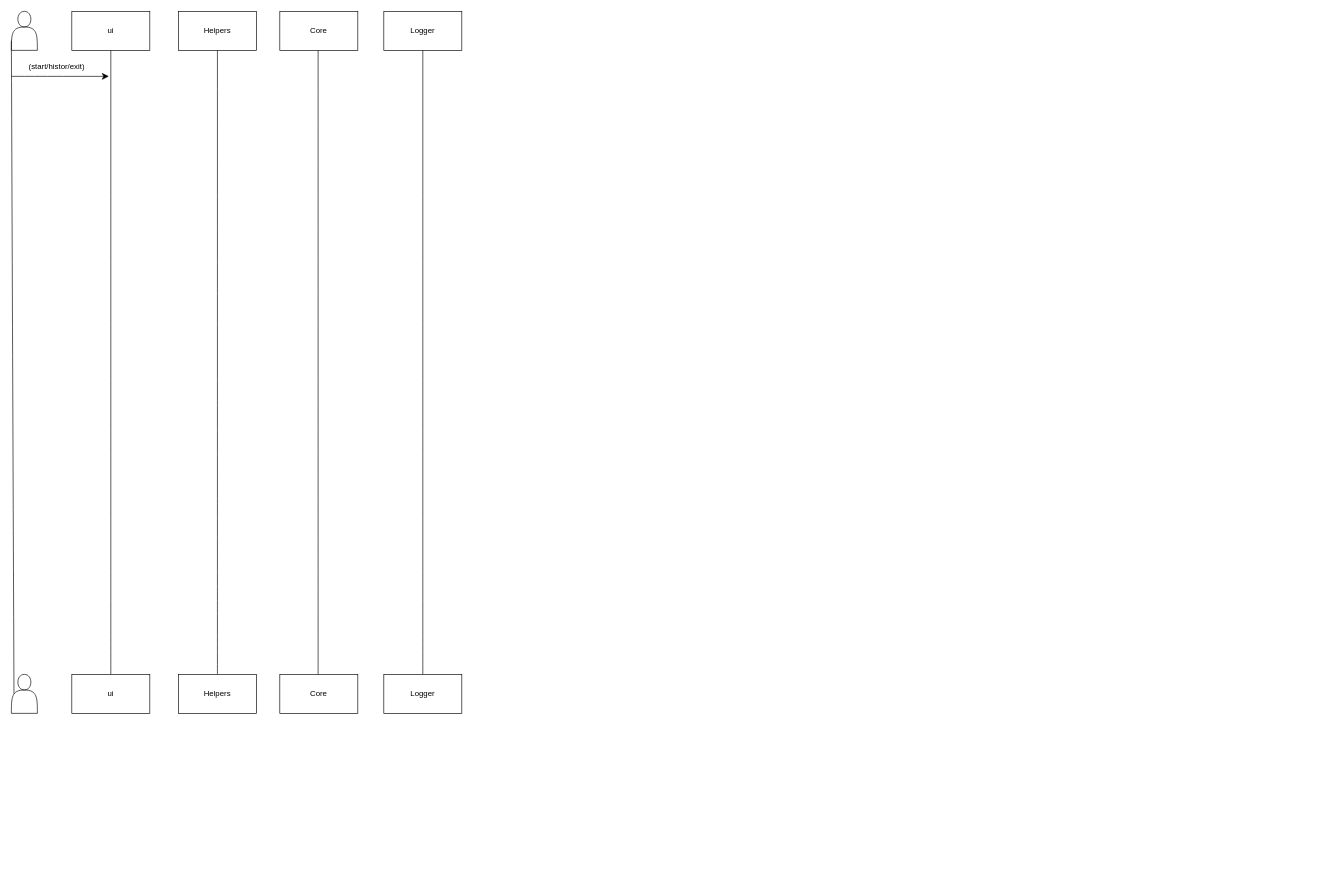
Earlier version of the draw.io diagram page "Page-1" (1 of 2) of Documentation/draw.io sequence/sequence.drawio (salimshre/Encryptor). Source tidied: cells renumbered, new cells numbered last; positions are measured from the earlier drawing's top-left corner, leaving out a move shared by most shapes. Both pictures are drawn from the tidied source at 65%, with x=0, y=0 at pixel (11, 11).
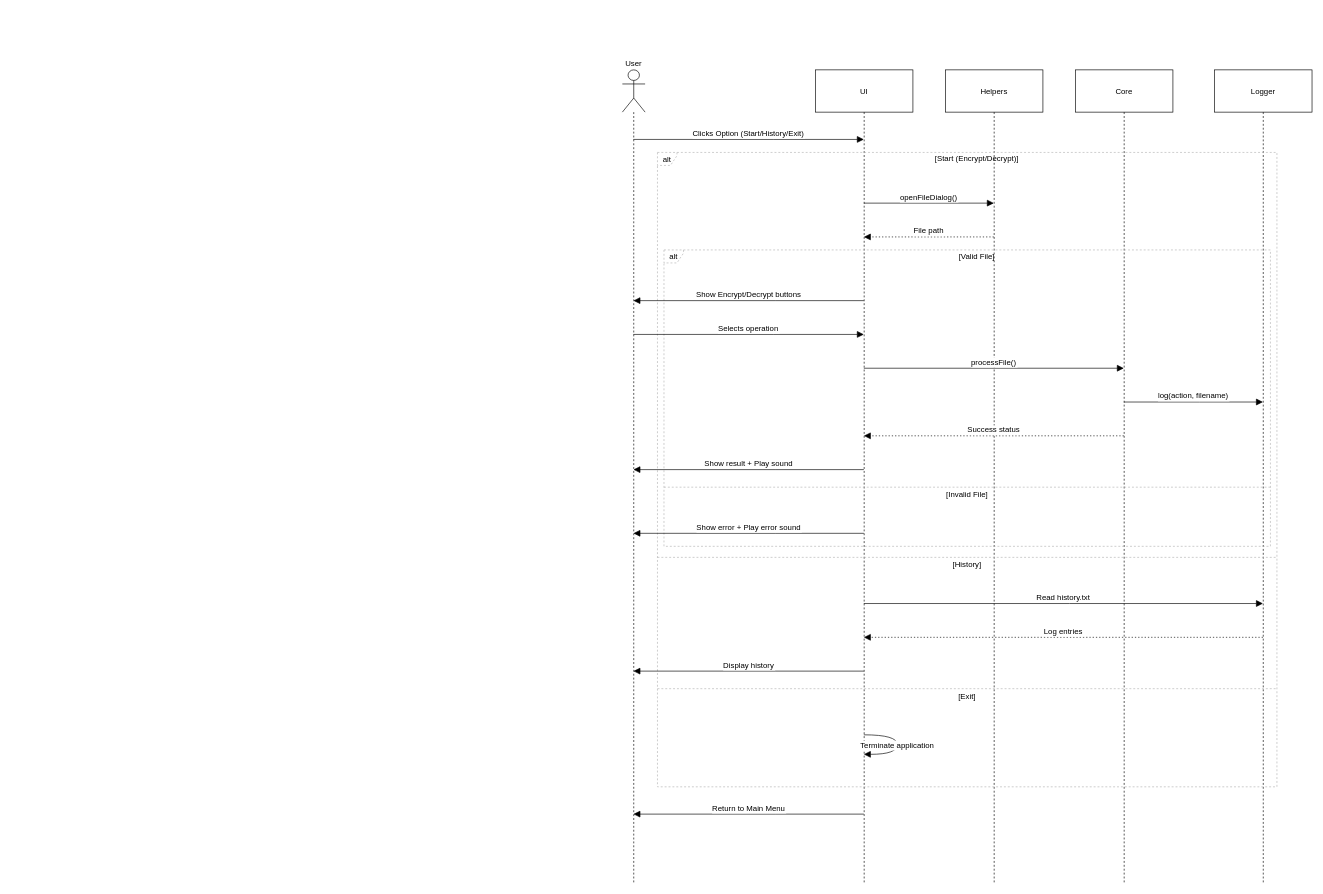
The same diagram, later.

Diff of the diagram source:
```diff
@@
-    <mxCell id="2" style="shape=actor;whiteSpace=wrap;html=1;" parent="1" vertex="1">
-      <mxGeometry width="40" height="60" as="geometry" />
-    </mxCell>
-    <mxCell id="3" value="ui" style="rounded=0;whiteSpace=wrap;html=1;" parent="1" vertex="1">
-      <mxGeometry x="93" width="120" height="60" as="geometry" />
-    </mxCell>
-    <mxCell id="4" value="Helpers" style="rounded=0;whiteSpace=wrap;html=1;" parent="1" vertex="1">
-      <mxGeometry x="257" width="120" height="60" as="geometry" />
-    </mxCell>
-    <mxCell id="5" value="Core" style="rounded=0;whiteSpace=wrap;html=1;" parent="1" vertex="1">
-      <mxGeometry x="413" width="120" height="60" as="geometry" />
-    </mxCell>
-    <mxCell id="6" value="Logger" style="rounded=0;whiteSpace=wrap;html=1;" parent="1" vertex="1">
-      <mxGeometry x="573" width="120" height="60" as="geometry" />
-    </mxCell>
-    <mxCell id="7" style="shape=actor;whiteSpace=wrap;html=1;" parent="1" vertex="1">
-      <mxGeometry y="1020" width="40" height="60" as="geometry" />
-    </mxCell>
-    <mxCell id="8" value="ui" style="rounded=0;whiteSpace=wrap;html=1;" parent="1" vertex="1">
-      <mxGeometry x="93" y="1020" width="120" height="60" as="geometry" />
-    </mxCell>
-    <mxCell id="9" value="Helpers" style="rounded=0;whiteSpace=wrap;html=1;" parent="1" vertex="1">
-      <mxGeometry x="257" y="1020" width="120" height="60" as="geometry" />
-    </mxCell>
-    <mxCell id="10" value="Core" style="rounded=0;whiteSpace=wrap;html=1;" parent="1" vertex="1">
-      <mxGeometry x="413" y="1020" width="120" height="60" as="geometry" />
-    </mxCell>
-    <mxCell id="11" value="Logger" style="rounded=0;whiteSpace=wrap;html=1;" parent="1" vertex="1">
-      <mxGeometry x="573" y="1020" width="120" height="60" as="geometry" />
-    </mxCell>
-    <mxCell id="12" style="endArrow=none;html=1;rounded=0;fontSize=12;startSize=8;endSize=8;curved=1;entryX=0.5;entryY=1;entryDx=0;entryDy=0;" parent="1" edge="1" source="8" target="3">
-      <mxGeometry relative="1" as="geometry" />
-    </mxCell>
-    <mxCell id="13" style="endArrow=none;html=1;rounded=0;fontSize=12;startSize=8;endSize=8;curved=1;" parent="1" edge="1" source="9" target="4">
-      <mxGeometry relative="1" as="geometry" />
-    </mxCell>
-    <mxCell id="14" style="endArrow=none;html=1;rounded=0;fontSize=12;startSize=8;endSize=8;curved=1;entryX=0.5;entryY=1;entryDx=0;entryDy=0;" parent="1" edge="1">
-      <mxGeometry relative="1" as="geometry">
-        <mxPoint x="471.9" y="1020" as="sourcePoint" />
-        <mxPoint x="471.9" y="60" as="targetPoint" />
-      </mxGeometry>
-    </mxCell>
-    <mxCell id="15" style="endArrow=none;html=1;rounded=0;fontSize=12;startSize=8;endSize=8;curved=1;" parent="1" edge="1" source="11" target="6">
-      <mxGeometry relative="1" as="geometry" />
-    </mxCell>
-    <mxCell id="16" style="endArrow=none;html=1;rounded=0;fontSize=12;startSize=8;endSize=8;curved=1;entryX=0;entryY=0.75;entryDx=0;entryDy=0;exitX=0.1;exitY=0.5;exitDx=0;exitDy=0;exitPerimeter=0;" parent="1" edge="1" source="7" target="2">
-      <mxGeometry relative="1" as="geometry" />
-    </mxCell>
-    <mxCell id="17" style="endArrow=classic;html=1;rounded=0;fontSize=12;startSize=8;endSize=8;curved=1;" parent="1" edge="1">
-      <mxGeometry relative="1" as="geometry">
-        <mxPoint y="100" as="sourcePoint" />
-        <mxPoint x="150" y="100" as="targetPoint" />
-      </mxGeometry>
-    </mxCell>
-    <mxCell id="18" value="(start/histor/exit)" style="text;html=1;align=center;verticalAlign=middle;whiteSpace=wrap;rounded=0;" parent="1" vertex="1">
-      <mxGeometry x="40" y="70" width="60" height="30" as="geometry" />
-    </mxCell>
+    <mxCell id="19" value="User" style="shape=umlLifeline;perimeter=lifelinePerimeter;whiteSpace=wrap;outlineConnect=0;portConstraint=eastwest;newEdgeStyle={&quot;edgeStyle&quot;:&quot;elbowEdgeStyle&quot;,&quot;elbow&quot;:&quot;vertical&quot;,&quot;curved&quot;:0,&quot;rounded&quot;:0};participant=umlActor;verticalAlign=bottom;labelPosition=center;verticalLabelPosition=top;align=center;size=65;" parent="1" vertex="1">
+      <mxGeometry x="940" y="90" width="35" height="1250" as="geometry" />
+    </mxCell>
+    <mxCell id="20" value="UI" style="shape=umlLifeline;perimeter=lifelinePerimeter;whiteSpace=wrap;outlineConnect=0;portConstraint=eastwest;newEdgeStyle={&quot;edgeStyle&quot;:&quot;elbowEdgeStyle&quot;,&quot;elbow&quot;:&quot;vertical&quot;,&quot;curved&quot;:0,&quot;rounded&quot;:0};size=65;" parent="1" vertex="1">
+      <mxGeometry x="1237" y="90" width="150" height="1250" as="geometry" />
+    </mxCell>
+    <mxCell id="21" value="Helpers" style="shape=umlLifeline;perimeter=lifelinePerimeter;whiteSpace=wrap;outlineConnect=0;portConstraint=eastwest;newEdgeStyle={&quot;edgeStyle&quot;:&quot;elbowEdgeStyle&quot;,&quot;elbow&quot;:&quot;vertical&quot;,&quot;curved&quot;:0,&quot;rounded&quot;:0};size=65;" parent="1" vertex="1">
+      <mxGeometry x="1437" y="90" width="150" height="1250" as="geometry" />
+    </mxCell>
+    <mxCell id="22" value="Core" style="shape=umlLifeline;perimeter=lifelinePerimeter;whiteSpace=wrap;outlineConnect=0;portConstraint=eastwest;newEdgeStyle={&quot;edgeStyle&quot;:&quot;elbowEdgeStyle&quot;,&quot;elbow&quot;:&quot;vertical&quot;,&quot;curved&quot;:0,&quot;rounded&quot;:0};size=65;" parent="1" vertex="1">
+      <mxGeometry x="1637" y="90" width="150" height="1250" as="geometry" />
+    </mxCell>
+    <mxCell id="23" value="Logger" style="shape=umlLifeline;perimeter=lifelinePerimeter;whiteSpace=wrap;outlineConnect=0;portConstraint=eastwest;newEdgeStyle={&quot;edgeStyle&quot;:&quot;elbowEdgeStyle&quot;,&quot;elbow&quot;:&quot;vertical&quot;,&quot;curved&quot;:0,&quot;rounded&quot;:0};size=65;" parent="1" vertex="1">
+      <mxGeometry x="1851" y="90" width="150" height="1250" as="geometry" />
+    </mxCell>
+    <mxCell id="24" value="alt" style="shape=umlFrame;dashed=1;strokeColor=#B3B3B3;height=20;width=30;" parent="1" vertex="1">
+      <mxGeometry x="1004" y="367" width="933" height="456" as="geometry" />
+    </mxCell>
+    <mxCell id="25" value="[Valid File]" style="text;strokeColor=none;fillColor=none;align=center;verticalAlign=middle;whiteSpace=wrap;" parent="24" vertex="1">
+      <mxGeometry x="30" width="903" height="20" as="geometry" />
+    </mxCell>
+    <mxCell id="26" value="[Invalid File]" style="shape=line;dashed=1;whiteSpace=wrap;verticalAlign=top;labelPosition=center;verticalLabelPosition=middle;align=center;strokeColor=#B3B3B3;" parent="24" vertex="1">
+      <mxGeometry y="363" width="933" height="4" as="geometry" />
+    </mxCell>
+    <mxCell id="27" value="alt" style="shape=umlFrame;dashed=1;strokeColor=#B3B3B3;height=20;width=30;" parent="1" vertex="1">
+      <mxGeometry x="994" y="217" width="953" height="976" as="geometry" />
+    </mxCell>
+    <mxCell id="28" value="[Start (Encrypt/Decrypt)]" style="text;strokeColor=none;fillColor=none;align=center;verticalAlign=middle;whiteSpace=wrap;" parent="27" vertex="1">
+      <mxGeometry x="30" width="923" height="20" as="geometry" />
+    </mxCell>
+    <mxCell id="29" value="[History]" style="shape=line;dashed=1;whiteSpace=wrap;verticalAlign=top;labelPosition=center;verticalLabelPosition=middle;align=center;strokeColor=#B3B3B3;" parent="27" vertex="1">
+      <mxGeometry y="621" width="953" height="4" as="geometry" />
+    </mxCell>
+    <mxCell id="30" value="[Exit]" style="shape=line;dashed=1;whiteSpace=wrap;verticalAlign=top;labelPosition=center;verticalLabelPosition=middle;align=center;strokeColor=#B3B3B3;" parent="27" vertex="1">
+      <mxGeometry y="823" width="953" height="4" as="geometry" />
+    </mxCell>
+    <mxCell id="31" value="Clicks Option (Start/History/Exit)" style="verticalAlign=bottom;edgeStyle=elbowEdgeStyle;elbow=vertical;curved=0;rounded=0;endArrow=block;fontSize=12;startSize=8;endSize=8;" parent="1" edge="1" source="19" target="20">
+      <mxGeometry relative="1" as="geometry">
+        <Array as="points">
+          <mxPoint x="1172" y="197" />
+        </Array>
+      </mxGeometry>
+    </mxCell>
+    <mxCell id="32" value="openFileDialog()" style="verticalAlign=bottom;edgeStyle=elbowEdgeStyle;elbow=vertical;curved=0;rounded=0;endArrow=block;fontSize=12;startSize=8;endSize=8;" parent="1" edge="1" source="20" target="21">
+      <mxGeometry relative="1" as="geometry">
+        <Array as="points">
+          <mxPoint x="1421" y="295" />
+        </Array>
+      </mxGeometry>
+    </mxCell>
+    <mxCell id="33" value="File path" style="verticalAlign=bottom;edgeStyle=elbowEdgeStyle;elbow=vertical;curved=0;rounded=0;dashed=1;dashPattern=2 3;endArrow=block;fontSize=12;startSize=8;endSize=8;" parent="1" edge="1" source="21" target="20">
+      <mxGeometry relative="1" as="geometry">
+        <Array as="points">
+          <mxPoint x="1424" y="347" />
+        </Array>
+      </mxGeometry>
+    </mxCell>
+    <mxCell id="34" value="Show Encrypt/Decrypt buttons" style="verticalAlign=bottom;edgeStyle=elbowEdgeStyle;elbow=vertical;curved=0;rounded=0;endArrow=block;fontSize=12;startSize=8;endSize=8;" parent="1" edge="1" source="20" target="19">
+      <mxGeometry relative="1" as="geometry">
+        <Array as="points">
+          <mxPoint x="1175" y="445" />
+        </Array>
+      </mxGeometry>
+    </mxCell>
+    <mxCell id="35" value="Selects operation" style="verticalAlign=bottom;edgeStyle=elbowEdgeStyle;elbow=vertical;curved=0;rounded=0;endArrow=block;fontSize=12;startSize=8;endSize=8;" parent="1" edge="1" source="19" target="20">
+      <mxGeometry relative="1" as="geometry">
+        <Array as="points">
+          <mxPoint x="1172" y="497" />
+        </Array>
+      </mxGeometry>
+    </mxCell>
+    <mxCell id="36" value="processFile()" style="verticalAlign=bottom;edgeStyle=elbowEdgeStyle;elbow=vertical;curved=0;rounded=0;endArrow=block;fontSize=12;startSize=8;endSize=8;" parent="1" edge="1" source="20" target="22">
+      <mxGeometry relative="1" as="geometry">
+        <Array as="points">
+          <mxPoint x="1521" y="549" />
+        </Array>
+      </mxGeometry>
+    </mxCell>
+    <mxCell id="37" value="log(action, filename)" style="verticalAlign=bottom;edgeStyle=elbowEdgeStyle;elbow=vertical;curved=0;rounded=0;endArrow=block;fontSize=12;startSize=8;endSize=8;" parent="1" edge="1" source="22" target="23">
+      <mxGeometry relative="1" as="geometry">
+        <Array as="points">
+          <mxPoint x="1828" y="601" />
+        </Array>
+      </mxGeometry>
+    </mxCell>
+    <mxCell id="38" value="Success status" style="verticalAlign=bottom;edgeStyle=elbowEdgeStyle;elbow=vertical;curved=0;rounded=0;dashed=1;dashPattern=2 3;endArrow=block;fontSize=12;startSize=8;endSize=8;" parent="1" edge="1" source="22" target="20">
+      <mxGeometry relative="1" as="geometry">
+        <Array as="points">
+          <mxPoint x="1524" y="653" />
+        </Array>
+      </mxGeometry>
+    </mxCell>
+    <mxCell id="39" value="Show result + Play sound" style="verticalAlign=bottom;edgeStyle=elbowEdgeStyle;elbow=vertical;curved=0;rounded=0;endArrow=block;fontSize=12;startSize=8;endSize=8;" parent="1" edge="1" source="20" target="19">
+      <mxGeometry relative="1" as="geometry">
+        <Array as="points">
+          <mxPoint x="1175" y="705" />
+        </Array>
+      </mxGeometry>
+    </mxCell>
+    <mxCell id="40" value="Show error + Play error sound" style="verticalAlign=bottom;edgeStyle=elbowEdgeStyle;elbow=vertical;curved=0;rounded=0;endArrow=block;fontSize=12;startSize=8;endSize=8;" parent="1" edge="1" source="20" target="19">
+      <mxGeometry relative="1" as="geometry">
+        <Array as="points">
+          <mxPoint x="1175" y="803" />
+        </Array>
+      </mxGeometry>
+    </mxCell>
+    <mxCell id="41" value="Read history.txt" style="verticalAlign=bottom;edgeStyle=elbowEdgeStyle;elbow=vertical;curved=0;rounded=0;endArrow=block;fontSize=12;startSize=8;endSize=8;" parent="1" edge="1" source="20" target="23">
+      <mxGeometry relative="1" as="geometry">
+        <Array as="points">
+          <mxPoint x="1628" y="911" />
+        </Array>
+      </mxGeometry>
+    </mxCell>
+    <mxCell id="42" value="Log entries" style="verticalAlign=bottom;edgeStyle=elbowEdgeStyle;elbow=vertical;curved=0;rounded=0;dashed=1;dashPattern=2 3;endArrow=block;fontSize=12;startSize=8;endSize=8;" parent="1" edge="1" source="23" target="20">
+      <mxGeometry relative="1" as="geometry">
+        <Array as="points">
+          <mxPoint x="1631" y="963" />
+        </Array>
+      </mxGeometry>
+    </mxCell>
+    <mxCell id="43" value="Display history" style="verticalAlign=bottom;edgeStyle=elbowEdgeStyle;elbow=vertical;curved=0;rounded=0;endArrow=block;fontSize=12;startSize=8;endSize=8;" parent="1" edge="1" source="20" target="19">
+      <mxGeometry relative="1" as="geometry">
+        <Array as="points">
+          <mxPoint x="1175" y="1015" />
+        </Array>
+      </mxGeometry>
+    </mxCell>
+    <mxCell id="44" value="Terminate application" style="curved=1;endArrow=block;rounded=0;fontSize=12;startSize=8;endSize=8;" parent="1" edge="1" source="20" target="20">
+      <mxGeometry relative="1" as="geometry">
+        <Array as="points">
+          <mxPoint x="1363" y="1113" />
+          <mxPoint x="1363" y="1143" />
+        </Array>
+      </mxGeometry>
+    </mxCell>
+    <mxCell id="45" value="Return to Main Menu" style="verticalAlign=bottom;edgeStyle=elbowEdgeStyle;elbow=vertical;curved=0;rounded=0;endArrow=block;fontSize=12;startSize=8;endSize=8;" parent="1" edge="1" source="20" target="19">
+      <mxGeometry relative="1" as="geometry">
+        <Array as="points">
+          <mxPoint x="1175" y="1235" />
+        </Array>
+      </mxGeometry>
+    </mxCell>
```
